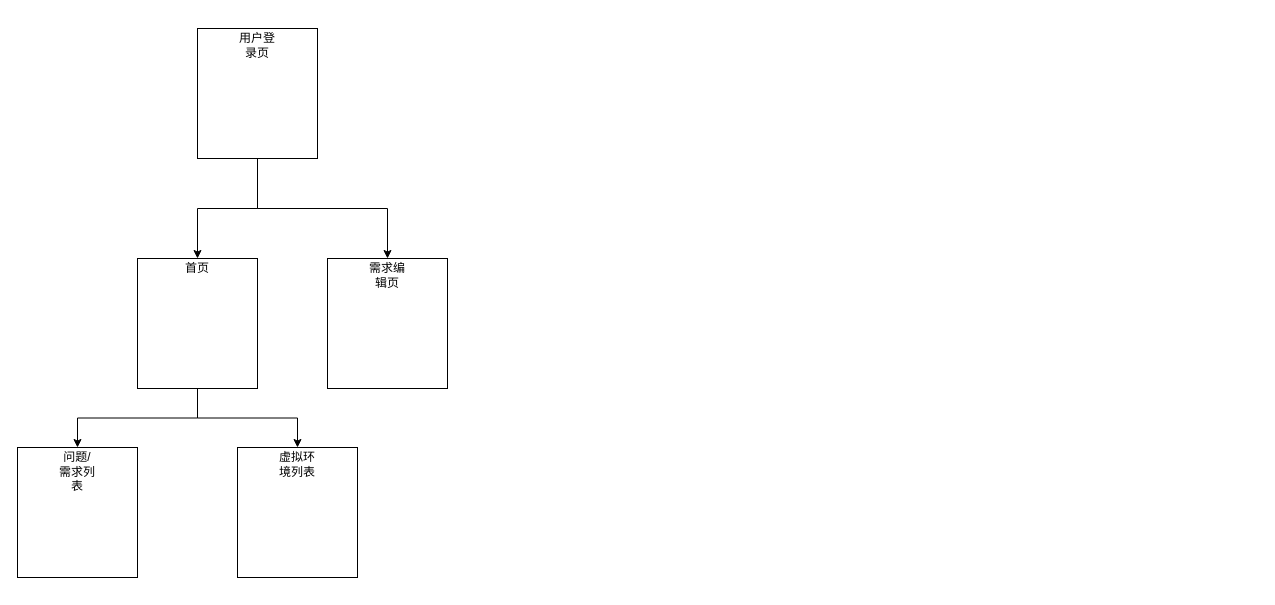
Earlier version of the draw.io diagram page "页面流程" (3 of 3) of Untitled Diagram.drawio (cpu6660/knight). Source tidied: cells renumbered, new cells numbered last; positions are measured from the earlier drawing's top-left corner, leaving out a move shared by most shapes. Both pictures are drawn from the tidied source at 100%, with x=0, y=0 at pixel (17, 28).
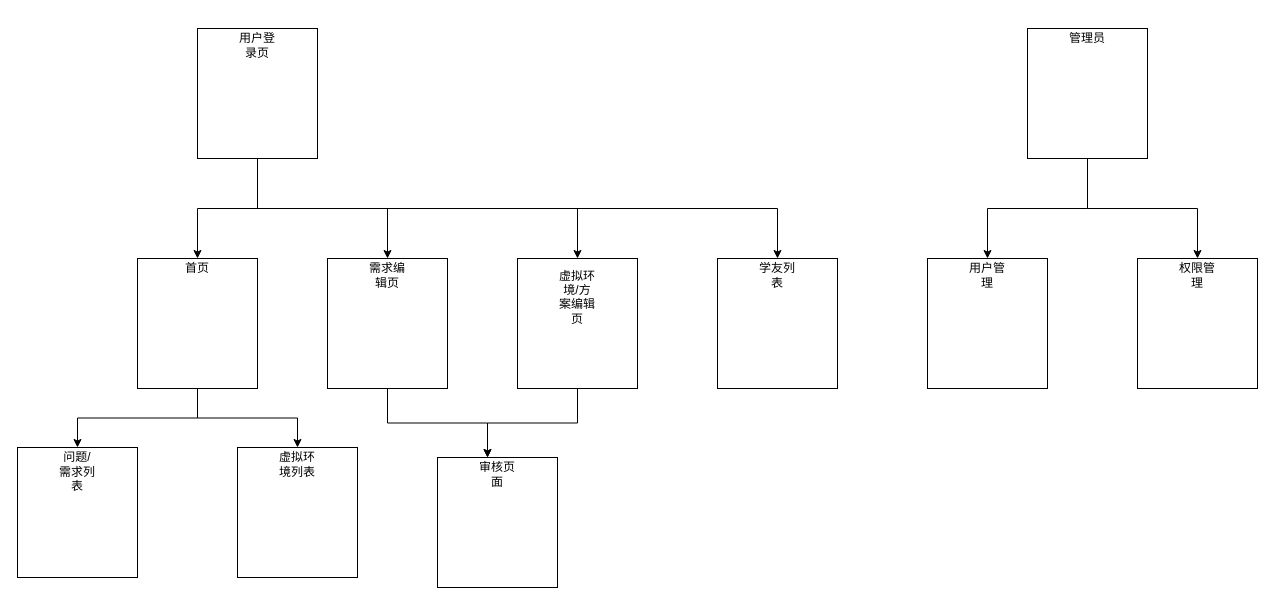
Above is the later version.

The change refers to these unchanged cells:
```xml
<mxCell id="3" style="rounded=0;whiteSpace=wrap;html=1;" parent="2" vertex="1">
  <mxGeometry width="120" height="130" as="geometry" />
</mxCell>
<mxCell id="9" style="rounded=0;whiteSpace=wrap;html=1;" parent="8" vertex="1">
  <mxGeometry width="120" height="130" as="geometry" />
</mxCell>
```

What changed in the source:
```diff
@@
+    <mxCell id="21" style="group;" parent="1" vertex="1">
+      <mxGeometry x="500" y="230" width="120" height="130" as="geometry" />
+    </mxCell>
+    <mxCell id="22" style="rounded=0;whiteSpace=wrap;html=1;" parent="21" vertex="1">
+      <mxGeometry width="120" height="130" as="geometry" />
+    </mxCell>
+    <mxCell id="23" value="&lt;br&gt;&lt;br&gt;&lt;br&gt;&lt;br&gt;虚拟环境/方案编辑页" style="text;html=1;strokeColor=none;fillColor=none;align=center;verticalAlign=middle;whiteSpace=wrap;rounded=0;" parent="21" vertex="1">
+      <mxGeometry x="40" width="40" height="20" as="geometry" />
+    </mxCell>
+    <mxCell id="24" style="edgeStyle=orthogonalEdgeStyle;rounded=0;jettySize=auto;html=1;exitX=0.5;exitY=1;exitDx=0;exitDy=0;entryX=0.5;entryY=0;entryDx=0;entryDy=0;" parent="1" edge="1" source="3" target="23">
+      <mxGeometry relative="1" as="geometry" />
+    </mxCell>
+    <mxCell id="25" style="group;" parent="1" vertex="1">
+      <mxGeometry x="420" y="429" width="120" height="130" as="geometry" />
+    </mxCell>
+    <mxCell id="26" style="rounded=0;whiteSpace=wrap;html=1;" parent="25" vertex="1">
+      <mxGeometry width="120" height="130" as="geometry" />
+    </mxCell>
+    <mxCell id="27" value="&lt;br&gt;审核页面" style="text;html=1;strokeColor=none;fillColor=none;align=center;verticalAlign=middle;whiteSpace=wrap;rounded=0;" parent="25" vertex="1">
+      <mxGeometry x="40" width="40" height="20" as="geometry" />
+    </mxCell>
+    <mxCell id="28" style="edgeStyle=orthogonalEdgeStyle;rounded=0;jettySize=auto;html=1;exitX=0.5;exitY=1;exitDx=0;exitDy=0;entryX=0.25;entryY=0;entryDx=0;entryDy=0;" parent="1" edge="1" source="9" target="27">
+      <mxGeometry relative="1" as="geometry" />
+    </mxCell>
+    <mxCell id="29" style="edgeStyle=orthogonalEdgeStyle;rounded=0;jettySize=auto;html=1;exitX=0.5;exitY=1;exitDx=0;exitDy=0;entryX=0.25;entryY=0;entryDx=0;entryDy=0;" parent="1" edge="1" source="22" target="27">
+      <mxGeometry relative="1" as="geometry" />
+    </mxCell>
+    <mxCell id="30" style="group;" parent="1" vertex="1">
+      <mxGeometry x="700" y="230" width="120" height="130" as="geometry" />
+    </mxCell>
+    <mxCell id="31" style="rounded=0;whiteSpace=wrap;html=1;" parent="30" vertex="1">
+      <mxGeometry width="120" height="130" as="geometry" />
+    </mxCell>
+    <mxCell id="32" value="&lt;br&gt;学友列表" style="text;html=1;strokeColor=none;fillColor=none;align=center;verticalAlign=middle;whiteSpace=wrap;rounded=0;" parent="30" vertex="1">
+      <mxGeometry x="40" width="40" height="20" as="geometry" />
+    </mxCell>
+    <mxCell id="33" style="edgeStyle=orthogonalEdgeStyle;rounded=0;jettySize=auto;html=1;exitX=0.5;exitY=1;exitDx=0;exitDy=0;entryX=0.5;entryY=0;entryDx=0;entryDy=0;" parent="1" edge="1" source="3" target="31">
+      <mxGeometry relative="1" as="geometry" />
+    </mxCell>
+    <mxCell id="34" style="group;" parent="1" vertex="1">
+      <mxGeometry x="1010" width="120" height="130" as="geometry" />
+    </mxCell>
+    <mxCell id="35" style="rounded=0;whiteSpace=wrap;html=1;" parent="34" vertex="1">
+      <mxGeometry width="120" height="130" as="geometry" />
+    </mxCell>
+    <mxCell id="36" value="管理员" style="text;html=1;strokeColor=none;fillColor=none;align=center;verticalAlign=middle;whiteSpace=wrap;rounded=0;" parent="34" vertex="1">
+      <mxGeometry x="40" width="40" height="20" as="geometry" />
+    </mxCell>
+    <mxCell id="37" style="group;" parent="1" vertex="1">
+      <mxGeometry x="910" y="230" width="120" height="130" as="geometry" />
+    </mxCell>
+    <mxCell id="38" style="rounded=0;whiteSpace=wrap;html=1;" parent="37" vertex="1">
+      <mxGeometry width="120" height="130" as="geometry" />
+    </mxCell>
+    <mxCell id="39" value="&lt;br&gt;用户管理" style="text;html=1;strokeColor=none;fillColor=none;align=center;verticalAlign=middle;whiteSpace=wrap;rounded=0;" parent="37" vertex="1">
+      <mxGeometry x="40" width="40" height="20" as="geometry" />
+    </mxCell>
+    <mxCell id="40" style="group;" parent="1" vertex="1">
+      <mxGeometry x="1120" y="230" width="120" height="130" as="geometry" />
+    </mxCell>
+    <mxCell id="41" style="rounded=0;whiteSpace=wrap;html=1;" parent="40" vertex="1">
+      <mxGeometry width="120" height="130" as="geometry" />
+    </mxCell>
+    <mxCell id="42" value="&lt;br&gt;权限管理" style="text;html=1;strokeColor=none;fillColor=none;align=center;verticalAlign=middle;whiteSpace=wrap;rounded=0;" parent="40" vertex="1">
+      <mxGeometry x="40" width="40" height="20" as="geometry" />
+    </mxCell>
+    <mxCell id="43" style="edgeStyle=orthogonalEdgeStyle;rounded=0;jettySize=auto;html=1;exitX=0.5;exitY=1;exitDx=0;exitDy=0;entryX=0.5;entryY=0;entryDx=0;entryDy=0;" parent="1" edge="1" source="35" target="39">
+      <mxGeometry relative="1" as="geometry" />
+    </mxCell>
+    <mxCell id="44" style="edgeStyle=orthogonalEdgeStyle;rounded=0;jettySize=auto;html=1;exitX=0.5;exitY=1;exitDx=0;exitDy=0;entryX=0.5;entryY=0;entryDx=0;entryDy=0;" parent="1" edge="1" source="35" target="42">
+      <mxGeometry relative="1" as="geometry" />
+    </mxCell>
```
